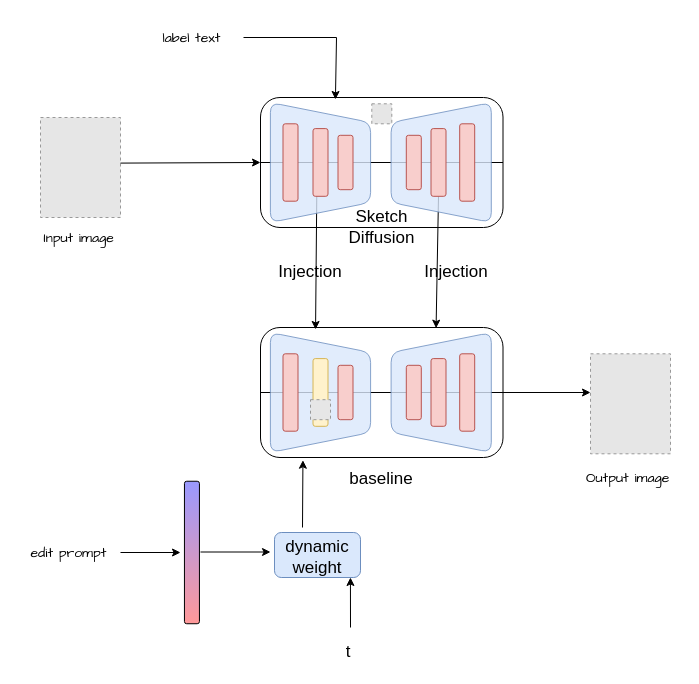
Earlier version of the draw.io diagram drawio/250902.drawio (Sinon0919/SwartArt). Source tidied: cells renumbered, new cells numbered last; positions are measured from the earlier drawing's top-left corner, leaving out a move shared by most shapes. Both pictures are drawn from the tidied source at 100%, with x=0, y=0 at pixel (17, 17). Pictures stored in the file or linked from it are replaced by grey dashed boxes.
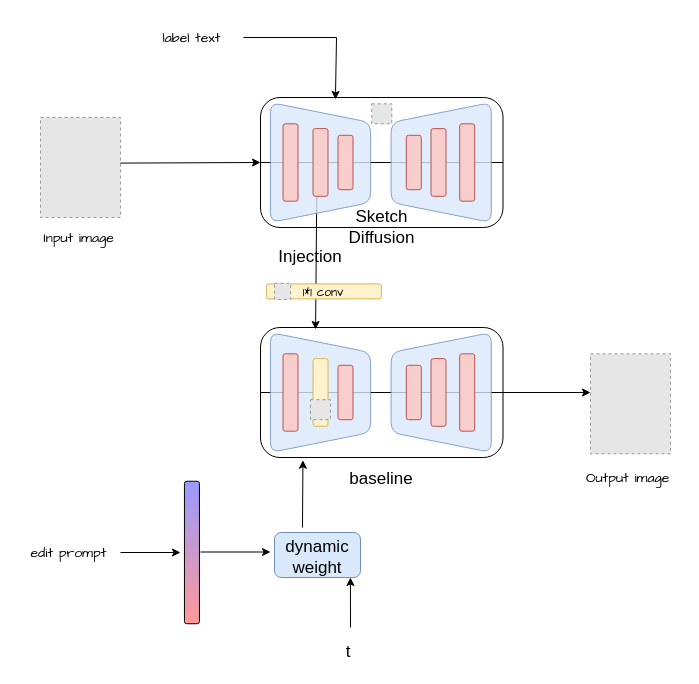
The same page after the edit.

Unchanged cells that the change refers to:
```xml
<mxCell id="13" style="rounded=1;whiteSpace=wrap;html=1;fillColor=#f8cecc;strokeColor=#b85450;" parent="5" vertex="1">
  <mxGeometry x="170.5" y="31.1" width="15" height="67.7" as="geometry" />
</mxCell>
<mxCell id="22" style="rounded=1;whiteSpace=wrap;html=1;fillColor=none;" parent="1" vertex="1">
  <mxGeometry x="243" y="310" width="242.5" height="130" as="geometry" />
</mxCell>
```

Diff of the diagram source:
```diff
@@
-    <mxCell id="2" style="endArrow=classic;html=1;rounded=0;exitX=0.5;exitY=1;exitDx=0;exitDy=0;entryX=0.724;entryY=0.005;entryDx=0;entryDy=0;entryPerimeter=0;" parent="1" edge="1" source="13" target="22">
-      <mxGeometry relative="1" as="geometry" />
-    </mxCell>
@@
     <mxCell id="5" style="group;" parent="1" vertex="1">
-      <mxGeometry x="243" y="80" width="242.5" height="167.4" as="geometry" />
+      <mxGeometry x="243" y="80" width="242.5" height="180" as="geometry" />
     </mxCell>
@@
+    <mxCell id="38" value="&lt;font style=&quot;font-size: 17px;&quot;&gt;Injection&lt;/font&gt;" style="text;strokeColor=none;align=center;fillColor=none;html=1;verticalAlign=middle;whiteSpace=wrap;rounded=0;fontSize=16;sketch=1;curveFitting=1;jiggle=2;" parent="5" vertex="1">
+      <mxGeometry y="145.1" width="100" height="30" as="geometry" />
+    </mxCell>
@@
-    <mxCell id="38" value="&lt;font style=&quot;font-size: 17px;&quot;&gt;Injection&lt;/font&gt;" style="text;strokeColor=none;align=center;fillColor=none;html=1;verticalAlign=middle;whiteSpace=wrap;rounded=0;fontSize=16;sketch=1;curveFitting=1;jiggle=2;" parent="1" vertex="1">
-      <mxGeometry x="243" y="240" width="100" height="30" as="geometry" />
-    </mxCell>
-    <mxCell id="39" value="&lt;font style=&quot;font-size: 17px;&quot;&gt;Injection&lt;/font&gt;" style="text;strokeColor=none;align=center;fillColor=none;html=1;verticalAlign=middle;whiteSpace=wrap;rounded=0;fontSize=16;sketch=1;curveFitting=1;jiggle=2;" parent="1" vertex="1">
-      <mxGeometry x="388.8" y="240" width="100" height="30" as="geometry" />
-    </mxCell>
@@
+    <mxCell id="48" style="rounded=1;whiteSpace=wrap;html=1;fillColor=#fff2cc;strokeColor=#d6b656;rotation=90;" parent="1" vertex="1">
+      <mxGeometry x="298.9" y="216.4" width="15" height="115" as="geometry" />
+    </mxCell>
+    <mxCell id="49" style="fillColor=#E6E6E6;strokeColor=#999999;dashed=1;verticalLabelPosition=bottom;labelBackgroundColor=default;verticalAlign=top;" parent="1" vertex="1">
+      <mxGeometry x="257" y="265.8" width="16.1" height="16.1" as="geometry" />
+    </mxCell>
+    <mxCell id="50" value="&lt;font style=&quot;font-size: 12px;&quot; face=&quot;Comic Sans MS&quot;&gt;1*1 conv&lt;/font&gt;" style="text;strokeColor=none;align=center;fillColor=none;html=1;verticalAlign=middle;whiteSpace=wrap;rounded=0;sketch=1;curveFitting=1;jiggle=2;fontSize=14;" parent="1" vertex="1">
+      <mxGeometry x="271.4" y="258.9" width="70" height="30" as="geometry" />
+    </mxCell>
```
